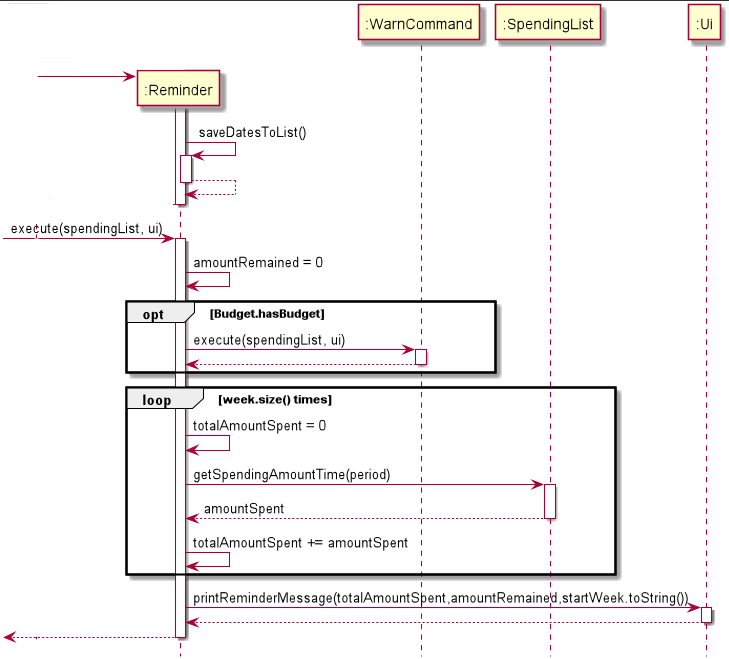
Before: docs/images/reminder.png, a diagram exported from PlantUML (xieyaoyue/tp). Its source is kept beside it as src/uml/reminder.puml.
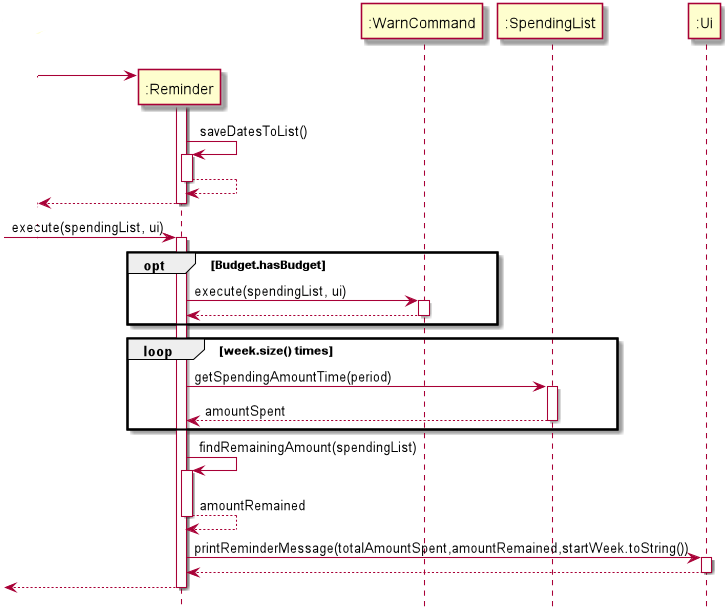
Above is the later version.

Commit message:
update uml diagram

The edit, as a diff of the source:
```diff
@@ -18,8 +18,6 @@
 
 activate ":Reminder"
 
-":Reminder" -> ":Reminder" : amountRemained = 0
-
 opt Budget.hasBudget
 ":Reminder" -> ":WarnCommand" : execute(spendingList, ui)
 activate ":WarnCommand"
@@ -28,15 +26,19 @@
 end
 
 loop week.size() times
-":Reminder" -> ":Reminder" : totalAmountSpent = 0
+
 ":Reminder" -> ":SpendingList" : getSpendingAmountTime(period)
 activate ":SpendingList"
 ":SpendingList" --> ":Reminder" : amountSpent
 deactivate ":SpendingList"
 
-":Reminder" -> ":Reminder" :totalAmountSpent += amountSpent
+end
 
-end
+":Reminder" -> ":Reminder" : findRemainingAmount(spendingList)
+activate ":Reminder"
+":Reminder" --> ":Reminder" : amountRemained
+deactivate ":Reminder"
+
 
 ":Reminder" -> ":Ui" : printReminderMessage(totalAmountSpent,amountRemained,startWeek.toString())
 activate ":Ui"
```
